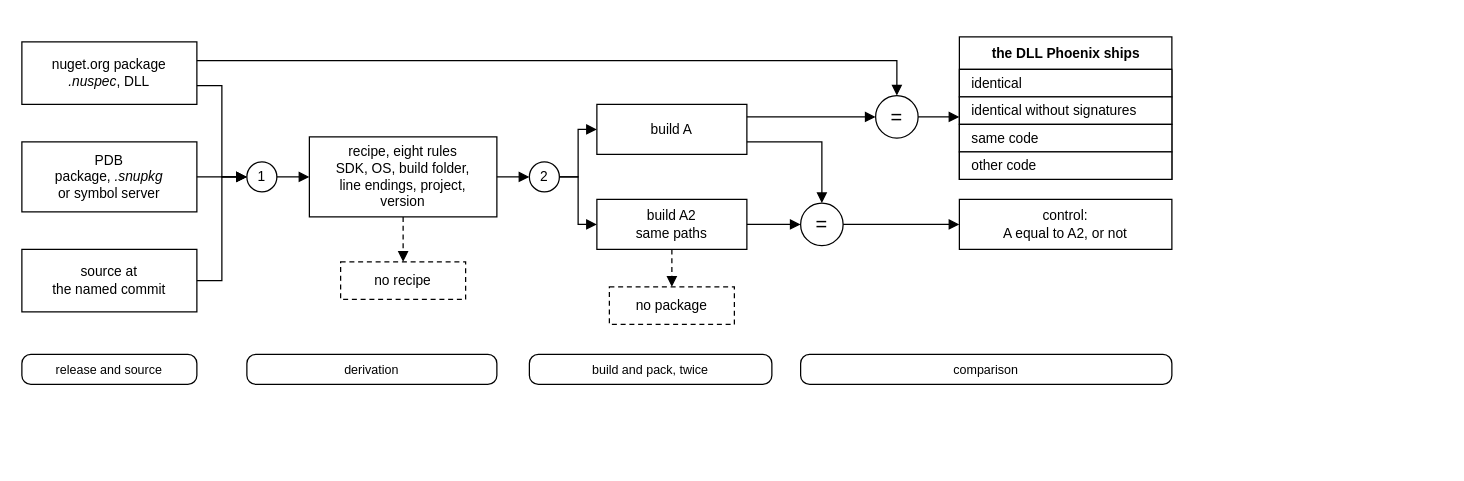
The draw.io diagram 2-dependencies/2b-rebuild/figures/pipeline-2b.drawio in leosakharoff/dotnet-rebuild-experiments, before the edit. Source tidied: cells renumbered, new cells numbered last; positions are measured from the earlier drawing's top-left corner, leaving out a move shared by most shapes. Both pictures are drawn from the tidied source at 125%, with x=0, y=0 at pixel (21, 36).
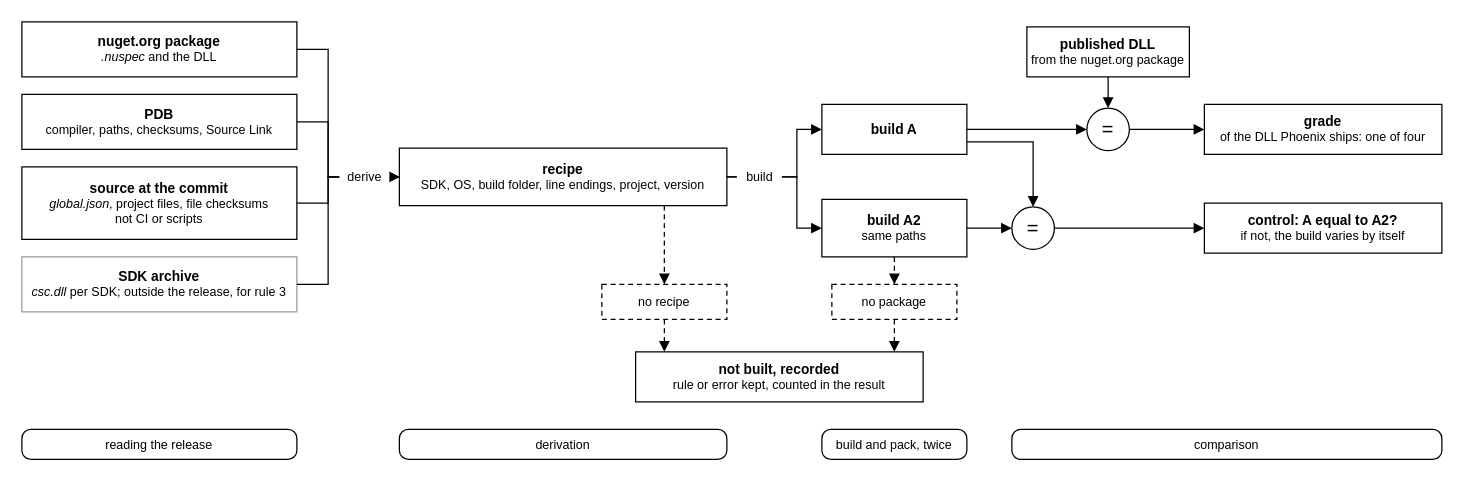
After the change.

What changed in the source:
```diff
@@
-    <mxCell id="2" value="nuget.org package&lt;br&gt;&lt;i&gt;.nuspec&lt;/i&gt;, DLL" style="rounded=0;whiteSpace=wrap;html=1;fillColor=#FFFFFF;strokeColor=#000000;strokeWidth=1;fontFamily=Helvetica;fontSize=11;fontColor=#000000;" parent="1" vertex="1">
-      <mxGeometry y="4" width="140" height="50" as="geometry" />
+    <mxCell id="2" value="&lt;b&gt;&lt;font style=&quot;font-size:11px&quot;&gt;nuget.org package&lt;/font&gt;&lt;/b&gt;&lt;br&gt;&lt;i&gt;.nuspec&lt;/i&gt; and the DLL" style="rounded=0;whiteSpace=wrap;html=1;fillColor=#FFFFFF;strokeColor=#000000;strokeWidth=1;fontSize=10;fontFamily=Helvetica;fontColor=#000000;" parent="1" vertex="1">
+      <mxGeometry y="-12" width="220" height="44" as="geometry" />
     </mxCell>
-    <mxCell id="3" value="PDB&lt;br&gt;package, &lt;i&gt;.snupkg&lt;/i&gt;&lt;br&gt;or symbol server" style="rounded=0;whiteSpace=wrap;html=1;fillColor=#FFFFFF;strokeColor=#000000;strokeWidth=1;fontFamily=Helvetica;fontSize=11;fontColor=#000000;" parent="1" vertex="1">
-      <mxGeometry y="84" width="140" height="56" as="geometry" />
+    <mxCell id="3" value="&lt;b&gt;&lt;font style=&quot;font-size:11px&quot;&gt;PDB&lt;/font&gt;&lt;/b&gt;&lt;br&gt;compiler, paths, checksums, Source Link" style="rounded=0;whiteSpace=wrap;html=1;fillColor=#FFFFFF;strokeColor=#000000;strokeWidth=1;fontSize=10;fontFamily=Helvetica;fontColor=#000000;" parent="1" vertex="1">
+      <mxGeometry y="46" width="220" height="44" as="geometry" />
     </mxCell>
-    <mxCell id="4" value="source at&lt;br&gt;the named commit" style="rounded=0;whiteSpace=wrap;html=1;fillColor=#FFFFFF;strokeColor=#000000;strokeWidth=1;fontFamily=Helvetica;fontSize=11;fontColor=#000000;" parent="1" vertex="1">
-      <mxGeometry y="170" width="140" height="50" as="geometry" />
+    <mxCell id="4" value="&lt;b&gt;&lt;font style=&quot;font-size:11px&quot;&gt;source at the commit&lt;/font&gt;&lt;/b&gt;&lt;br&gt;&lt;i&gt;global.json&lt;/i&gt;, project files, file checksums&lt;br&gt;not CI or scripts" style="rounded=0;whiteSpace=wrap;html=1;fillColor=#FFFFFF;strokeColor=#000000;strokeWidth=1;fontSize=10;fontFamily=Helvetica;fontColor=#000000;" parent="1" vertex="1">
+      <mxGeometry y="104" width="220" height="58" as="geometry" />
     </mxCell>
-    <mxCell id="5" value="1" style="ellipse;whiteSpace=wrap;html=1;fillColor=#FFFFFF;strokeColor=#000000;strokeWidth=1;fontFamily=Helvetica;fontSize=11;fontColor=#000000;" parent="1" vertex="1">
-      <mxGeometry x="180" y="100" width="24" height="24" as="geometry" />
-    </mxCell>
+    <mxCell id="39" value="&lt;b&gt;&lt;font style=&quot;font-size:11px&quot;&gt;SDK archive&lt;/font&gt;&lt;/b&gt;&lt;br&gt;&lt;i&gt;csc.dll&lt;/i&gt; per SDK; outside the release, for rule 3" style="rounded=0;whiteSpace=wrap;html=1;fillColor=#FFFFFF;strokeColor=#999999;strokeWidth=1;fontSize=10;fontFamily=Helvetica;fontColor=#000000;" parent="1" vertex="1">
+      <mxGeometry y="176" width="220" height="44" as="geometry" />
+    </mxCell>
-    <mxCell id="6" value="recipe, eight rules&lt;br&gt;SDK, OS, build folder,&lt;br&gt;line endings, project,&lt;br&gt;version" style="rounded=0;whiteSpace=wrap;html=1;fillColor=#FFFFFF;strokeColor=#000000;strokeWidth=1;fontFamily=Helvetica;fontSize=11;fontColor=#000000;" parent="1" vertex="1">
-      <mxGeometry x="230" y="80" width="150" height="64" as="geometry" />
+    <mxCell id="6" value="&lt;b&gt;&lt;font style=&quot;font-size:11px&quot;&gt;recipe&lt;/font&gt;&lt;/b&gt;&lt;br&gt;SDK, OS, build folder, line endings, project, version" style="rounded=0;whiteSpace=wrap;html=1;fillColor=#FFFFFF;strokeColor=#000000;strokeWidth=1;fontSize=10;fontFamily=Helvetica;fontColor=#000000;" parent="1" vertex="1">
+      <mxGeometry x="302" y="89" width="262" height="46" as="geometry" />
     </mxCell>
-    <mxCell id="7" value="no recipe" style="rounded=0;whiteSpace=wrap;html=1;fillColor=#FFFFFF;strokeColor=#000000;strokeWidth=1;dashed=1;dashPattern=4 3;fontFamily=Helvetica;fontSize=11;fontColor=#000000;" parent="1" vertex="1">
-      <mxGeometry x="255" y="180" width="100" height="30" as="geometry" />
+    <mxCell id="7" value="no recipe" style="rounded=0;whiteSpace=wrap;html=1;fillColor=#FFFFFF;strokeColor=#000000;strokeWidth=1;fontSize=10;fontFamily=Helvetica;fontColor=#000000;dashed=1;dashPattern=4 3;" parent="1" vertex="1">
+      <mxGeometry x="464" y="198" width="100" height="28" as="geometry" />
     </mxCell>
-    <mxCell id="8" value="2" style="ellipse;whiteSpace=wrap;html=1;fillColor=#FFFFFF;strokeColor=#000000;strokeWidth=1;fontFamily=Helvetica;fontSize=11;fontColor=#000000;" parent="1" vertex="1">
-      <mxGeometry x="406" y="100" width="24" height="24" as="geometry" />
-    </mxCell>
-    <mxCell id="9" value="build A" style="rounded=0;whiteSpace=wrap;html=1;fillColor=#FFFFFF;strokeColor=#000000;strokeWidth=1;fontFamily=Helvetica;fontSize=11;fontColor=#000000;" parent="1" vertex="1">
-      <mxGeometry x="460" y="54" width="120" height="40" as="geometry" />
+    <mxCell id="9" value="&lt;b&gt;&lt;font style=&quot;font-size:11px&quot;&gt;build A&lt;/font&gt;&lt;/b&gt;" style="rounded=0;whiteSpace=wrap;html=1;fillColor=#FFFFFF;strokeColor=#000000;strokeWidth=1;fontSize=10;fontFamily=Helvetica;fontColor=#000000;" parent="1" vertex="1">
+      <mxGeometry x="640" y="54" width="116" height="40" as="geometry" />
     </mxCell>
-    <mxCell id="10" value="build A2&lt;br&gt;same paths" style="rounded=0;whiteSpace=wrap;html=1;fillColor=#FFFFFF;strokeColor=#000000;strokeWidth=1;fontFamily=Helvetica;fontSize=11;fontColor=#000000;" parent="1" vertex="1">
-      <mxGeometry x="460" y="130" width="120" height="40" as="geometry" />
+    <mxCell id="10" value="&lt;b&gt;&lt;font style=&quot;font-size:11px&quot;&gt;build A2&lt;/font&gt;&lt;/b&gt;&lt;br&gt;same paths" style="rounded=0;whiteSpace=wrap;html=1;fillColor=#FFFFFF;strokeColor=#000000;strokeWidth=1;fontSize=10;fontFamily=Helvetica;fontColor=#000000;" parent="1" vertex="1">
+      <mxGeometry x="640" y="130" width="116" height="46" as="geometry" />
     </mxCell>
-    <mxCell id="11" value="no package" style="rounded=0;whiteSpace=wrap;html=1;fillColor=#FFFFFF;strokeColor=#000000;strokeWidth=1;dashed=1;dashPattern=4 3;fontFamily=Helvetica;fontSize=11;fontColor=#000000;" parent="1" vertex="1">
-      <mxGeometry x="470" y="200" width="100" height="30" as="geometry" />
+    <mxCell id="11" value="no package" style="rounded=0;whiteSpace=wrap;html=1;fillColor=#FFFFFF;strokeColor=#000000;strokeWidth=1;fontSize=10;fontFamily=Helvetica;fontColor=#000000;dashed=1;dashPattern=4 3;" parent="1" vertex="1">
+      <mxGeometry x="648" y="198" width="100" height="28" as="geometry" />
     </mxCell>
+    <mxCell id="40" value="&lt;b&gt;&lt;font style=&quot;font-size:11px&quot;&gt;not built, recorded&lt;/font&gt;&lt;/b&gt;&lt;br&gt;rule or error kept, counted in the result" style="rounded=0;whiteSpace=wrap;html=1;fillColor=#FFFFFF;strokeColor=#000000;strokeWidth=1;fontSize=10;fontFamily=Helvetica;fontColor=#000000;" parent="1" vertex="1">
+      <mxGeometry x="491" y="252" width="230" height="40" as="geometry" />
+    </mxCell>
+    <mxCell id="13" value="=" style="ellipse;whiteSpace=wrap;html=1;fillColor=#FFFFFF;strokeColor=#000000;strokeWidth=1;fontSize=16;fontFamily=Helvetica;fontColor=#000000;" parent="1" vertex="1">
+      <mxGeometry x="792" y="136" width="34" height="34" as="geometry" />
+    </mxCell>
-    <mxCell id="12" value="=" style="ellipse;whiteSpace=wrap;html=1;fillColor=#FFFFFF;strokeColor=#000000;strokeWidth=1;fontFamily=Helvetica;fontSize=16;fontColor=#000000;" parent="1" vertex="1">
-      <mxGeometry x="683" y="47" width="34" height="34" as="geometry" />
+    <mxCell id="12" value="=" style="ellipse;whiteSpace=wrap;html=1;fillColor=#FFFFFF;strokeColor=#000000;strokeWidth=1;fontSize=16;fontFamily=Helvetica;fontColor=#000000;" parent="1" vertex="1">
+      <mxGeometry x="852" y="57" width="34" height="34" as="geometry" />
     </mxCell>
-    <mxCell id="13" value="=" style="ellipse;whiteSpace=wrap;html=1;fillColor=#FFFFFF;strokeColor=#000000;strokeWidth=1;fontFamily=Helvetica;fontSize=16;fontColor=#000000;" parent="1" vertex="1">
-      <mxGeometry x="623" y="133" width="34" height="34" as="geometry" />
-    </mxCell>
+    <mxCell id="41" value="&lt;b&gt;&lt;font style=&quot;font-size:11px&quot;&gt;published DLL&lt;/font&gt;&lt;/b&gt;&lt;br&gt;from the nuget.org package" style="rounded=0;whiteSpace=wrap;html=1;fillColor=#FFFFFF;strokeColor=#000000;strokeWidth=1;fontSize=10;fontFamily=Helvetica;fontColor=#000000;" parent="1" vertex="1">
+      <mxGeometry x="804" y="-8" width="130" height="40" as="geometry" />
+    </mxCell>
-    <mxCell id="14" value="the DLL Phoenix ships" style="swimlane;horizontal=1;startSize=26;html=1;fillColor=#FFFFFF;swimlaneFillColor=#FFFFFF;strokeColor=#000000;strokeWidth=1;fontFamily=Helvetica;fontSize=11;fontStyle=1;fontColor=#000000;" parent="1" vertex="1">
-      <mxGeometry x="750" width="170" height="114" as="geometry" />
+    <mxCell id="14" value="&lt;b&gt;&lt;font style=&quot;font-size:11px&quot;&gt;grade&lt;/font&gt;&lt;/b&gt;&lt;br&gt;of the DLL Phoenix ships: one of four" style="rounded=0;whiteSpace=wrap;html=1;fillColor=#FFFFFF;strokeColor=#000000;strokeWidth=1;fontSize=10;fontFamily=Helvetica;fontColor=#000000;" parent="1" vertex="1">
+      <mxGeometry x="946" y="54" width="190" height="40" as="geometry" />
     </mxCell>
-    <mxCell id="15" value="identical" style="text;html=1;align=left;verticalAlign=middle;spacingLeft=8;fillColor=#FFFFFF;strokeColor=#000000;strokeWidth=1;fontFamily=Helvetica;fontSize=11;fontColor=#000000;" parent="14" vertex="1">
-      <mxGeometry y="26" width="170" height="22" as="geometry" />
-    </mxCell>
-    <mxCell id="16" value="identical without signatures" style="text;html=1;align=left;verticalAlign=middle;spacingLeft=8;fillColor=#FFFFFF;strokeColor=#000000;strokeWidth=1;fontFamily=Helvetica;fontSize=11;fontColor=#000000;" parent="14" vertex="1">
-      <mxGeometry y="48" width="170" height="22" as="geometry" />
-    </mxCell>
-    <mxCell id="17" value="same code" style="text;html=1;align=left;verticalAlign=middle;spacingLeft=8;fillColor=#FFFFFF;strokeColor=#000000;strokeWidth=1;fontFamily=Helvetica;fontSize=11;fontColor=#000000;" parent="14" vertex="1">
-      <mxGeometry y="70" width="170" height="22" as="geometry" />
-    </mxCell>
-    <mxCell id="18" value="other code" style="text;html=1;align=left;verticalAlign=middle;spacingLeft=8;fillColor=#FFFFFF;strokeColor=#000000;strokeWidth=1;fontFamily=Helvetica;fontSize=11;fontColor=#000000;" parent="14" vertex="1">
-      <mxGeometry y="92" width="170" height="22" as="geometry" />
-    </mxCell>
-    <mxCell id="19" value="control:&lt;br&gt;A equal to A2, or not" style="rounded=0;whiteSpace=wrap;html=1;fillColor=#FFFFFF;strokeColor=#000000;strokeWidth=1;fontFamily=Helvetica;fontSize=11;fontColor=#000000;" parent="1" vertex="1">
-      <mxGeometry x="750" y="130" width="170" height="40" as="geometry" />
+    <mxCell id="19" value="&lt;b&gt;&lt;font style=&quot;font-size:11px&quot;&gt;control: A equal to A2?&lt;/font&gt;&lt;/b&gt;&lt;br&gt;if not, the build varies by itself" style="rounded=0;whiteSpace=wrap;html=1;fillColor=#FFFFFF;strokeColor=#000000;strokeWidth=1;fontSize=10;fontFamily=Helvetica;fontColor=#000000;" parent="1" vertex="1">
+      <mxGeometry x="946" y="133" width="190" height="40" as="geometry" />
     </mxCell>
-    <mxCell id="20" style="edgeStyle=orthogonalEdgeStyle;rounded=0;html=1;endArrow=block;endSize=6;strokeColor=#000000;strokeWidth=1;exitX=1;exitY=0.7;entryX=0;entryY=0.5;" parent="1" edge="1" source="2" target="5">
+    <mxCell id="20" style="edgeStyle=orthogonalEdgeStyle;rounded=0;html=1;endArrow=block;endSize=6;strokeColor=#000000;strokeWidth=1;exitX=1;exitY=0.5;entryX=0;entryY=0.5;" parent="1" edge="1" source="2" target="6">
       <mxGeometry relative="1" as="geometry">
         <Array as="points">
-          <mxPoint x="160" y="39" />
-          <mxPoint x="160" y="112" />
+          <mxPoint x="245" y="10" />
+          <mxPoint x="245" y="112" />
         </Array>
       </mxGeometry>
     </mxCell>
-    <mxCell id="21" style="edgeStyle=orthogonalEdgeStyle;rounded=0;html=1;endArrow=block;endSize=6;strokeColor=#000000;strokeWidth=1;exitX=1;exitY=0.5;entryX=0;entryY=0.5;" parent="1" edge="1" source="3" target="5">
-      <mxGeometry relative="1" as="geometry" />
+    <mxCell id="21" style="edgeStyle=orthogonalEdgeStyle;rounded=0;html=1;endArrow=block;endSize=6;strokeColor=#000000;strokeWidth=1;exitX=1;exitY=0.5;entryX=0;entryY=0.5;" parent="1" edge="1" source="3" target="6">
+      <mxGeometry relative="1" as="geometry">
+        <Array as="points">
+          <mxPoint x="245" y="68" />
+          <mxPoint x="245" y="112" />
+        </Array>
+      </mxGeometry>
     </mxCell>
-    <mxCell id="22" style="edgeStyle=orthogonalEdgeStyle;rounded=0;html=1;endArrow=block;endSize=6;strokeColor=#000000;strokeWidth=1;exitX=1;exitY=0.5;entryX=0;entryY=0.5;" parent="1" edge="1" source="4" target="5">
+    <mxCell id="22" style="edgeStyle=orthogonalEdgeStyle;rounded=0;html=1;endArrow=block;endSize=6;strokeColor=#000000;strokeWidth=1;exitX=1;exitY=0.5;entryX=0;entryY=0.5;" parent="1" edge="1" source="4" target="6">
       <mxGeometry relative="1" as="geometry">
         <Array as="points">
-          <mxPoint x="160" y="195" />
-          <mxPoint x="160" y="112" />
+          <mxPoint x="245" y="133" />
+          <mxPoint x="245" y="112" />
         </Array>
       </mxGeometry>
     </mxCell>
-    <mxCell id="23" style="edgeStyle=orthogonalEdgeStyle;rounded=0;html=1;endArrow=block;endSize=6;strokeColor=#000000;strokeWidth=1;" parent="1" edge="1" source="5" target="6">
-      <mxGeometry relative="1" as="geometry" />
-    </mxCell>
+    <mxCell id="42" style="edgeStyle=orthogonalEdgeStyle;rounded=0;html=1;endArrow=block;endSize=6;strokeColor=#000000;strokeWidth=1;exitX=1;exitY=0.5;entryX=0;entryY=0.5;" parent="1" edge="1" source="39" target="6">
+      <mxGeometry relative="1" as="geometry">
+        <Array as="points">
+          <mxPoint x="245" y="198" />
+          <mxPoint x="245" y="112" />
+        </Array>
+      </mxGeometry>
+    </mxCell>
+    <mxCell id="43" value="derive" style="text;html=1;align=center;verticalAlign=middle;fillColor=#FFFFFF;fontSize=10;fontFamily=Helvetica;fontColor=#000000;" parent="1" vertex="1">
+      <mxGeometry x="254" y="104" width="40" height="16" as="geometry" />
+    </mxCell>
-    <mxCell id="24" style="edgeStyle=orthogonalEdgeStyle;rounded=0;html=1;endArrow=block;endSize=6;strokeColor=#000000;strokeWidth=1;dashed=1;dashPattern=4 3;" parent="1" edge="1" source="6" target="7">
+    <mxCell id="24" style="edgeStyle=orthogonalEdgeStyle;rounded=0;html=1;endArrow=block;endSize=6;strokeColor=#000000;strokeWidth=1;dashed=1;dashPattern=4 3;exitX=0.809;exitY=1;entryX=0.5;entryY=0;" parent="1" edge="1" source="6" target="7">
       <mxGeometry relative="1" as="geometry" />
     </mxCell>
-    <mxCell id="25" style="edgeStyle=orthogonalEdgeStyle;rounded=0;html=1;endArrow=block;endSize=6;strokeColor=#000000;strokeWidth=1;" parent="1" edge="1" source="6" target="8">
-      <mxGeometry relative="1" as="geometry" />
-    </mxCell>
-    <mxCell id="26" style="edgeStyle=orthogonalEdgeStyle;rounded=0;html=1;endArrow=block;endSize=6;strokeColor=#000000;strokeWidth=1;exitX=1;exitY=0.5;entryX=0;entryY=0.5;" parent="1" edge="1" source="8" target="9">
+    <mxCell id="26" style="edgeStyle=orthogonalEdgeStyle;rounded=0;html=1;endArrow=block;endSize=6;strokeColor=#000000;strokeWidth=1;exitX=1;exitY=0.5;entryX=0;entryY=0.5;" parent="1" edge="1" source="6" target="9">
       <mxGeometry relative="1" as="geometry">
         <Array as="points">
-          <mxPoint x="445" y="112" />
-          <mxPoint x="445" y="74" />
+          <mxPoint x="620" y="112" />
+          <mxPoint x="620" y="74" />
         </Array>
       </mxGeometry>
     </mxCell>
-    <mxCell id="27" style="edgeStyle=orthogonalEdgeStyle;rounded=0;html=1;endArrow=block;endSize=6;strokeColor=#000000;strokeWidth=1;exitX=1;exitY=0.5;entryX=0;entryY=0.5;" parent="1" edge="1" source="8" target="10">
+    <mxCell id="27" style="edgeStyle=orthogonalEdgeStyle;rounded=0;html=1;endArrow=block;endSize=6;strokeColor=#000000;strokeWidth=1;exitX=1;exitY=0.5;entryX=0;entryY=0.5;" parent="1" edge="1" source="6" target="10">
       <mxGeometry relative="1" as="geometry">
         <Array as="points">
-          <mxPoint x="445" y="112" />
-          <mxPoint x="445" y="150" />
+          <mxPoint x="620" y="112" />
+          <mxPoint x="620" y="153" />
         </Array>
       </mxGeometry>
     </mxCell>
+    <mxCell id="44" value="build" style="text;html=1;align=center;verticalAlign=middle;fillColor=#FFFFFF;fontSize=10;fontFamily=Helvetica;fontColor=#000000;" parent="1" vertex="1">
+      <mxGeometry x="572" y="104" width="36" height="16" as="geometry" />
+    </mxCell>
-    <mxCell id="28" style="edgeStyle=orthogonalEdgeStyle;rounded=0;html=1;endArrow=block;endSize=6;strokeColor=#000000;strokeWidth=1;dashed=1;dashPattern=4 3;" parent="1" edge="1" source="10" target="11">
+    <mxCell id="28" style="edgeStyle=orthogonalEdgeStyle;rounded=0;html=1;endArrow=block;endSize=6;strokeColor=#000000;strokeWidth=1;dashed=1;dashPattern=4 3;exitX=0.5;exitY=1;entryX=0.5;entryY=0;" parent="1" edge="1" source="10" target="11">
       <mxGeometry relative="1" as="geometry" />
     </mxCell>
+    <mxCell id="45" style="edgeStyle=orthogonalEdgeStyle;rounded=0;html=1;endArrow=block;endSize=6;strokeColor=#000000;strokeWidth=1;dashed=1;dashPattern=4 3;exitX=0.5;exitY=1;entryX=0.1;entryY=0;" parent="1" edge="1" source="7" target="40">
+      <mxGeometry relative="1" as="geometry" />
+    </mxCell>
+    <mxCell id="46" style="edgeStyle=orthogonalEdgeStyle;rounded=0;html=1;endArrow=block;endSize=6;strokeColor=#000000;strokeWidth=1;dashed=1;dashPattern=4 3;exitX=0.5;exitY=1;entryX=0.9;entryY=0;" parent="1" edge="1" source="11" target="40">
+      <mxGeometry relative="1" as="geometry" />
+    </mxCell>
+    <mxCell id="30" style="edgeStyle=orthogonalEdgeStyle;rounded=0;html=1;endArrow=block;endSize=6;strokeColor=#000000;strokeWidth=1;exitX=1;exitY=0.5;entryX=0;entryY=0.5;" parent="1" edge="1" source="9" target="12">
+      <mxGeometry relative="1" as="geometry" />
+    </mxCell>
-    <mxCell id="29" style="edgeStyle=orthogonalEdgeStyle;rounded=0;html=1;endArrow=block;endSize=6;strokeColor=#000000;strokeWidth=1;exitX=1;exitY=0.3;entryX=0.5;entryY=0;" parent="1" edge="1" source="2" target="12">
-      <mxGeometry relative="1" as="geometry">
-        <Array as="points">
-          <mxPoint x="700" y="19" />
-        </Array>
-      </mxGeometry>
+    <mxCell id="29" style="edgeStyle=orthogonalEdgeStyle;rounded=0;html=1;endArrow=block;endSize=6;strokeColor=#000000;strokeWidth=1;exitX=0.5;exitY=1;entryX=0.5;entryY=0;" parent="1" edge="1" source="41" target="12">
+      <mxGeometry relative="1" as="geometry" />
     </mxCell>
-    <mxCell id="30" style="edgeStyle=orthogonalEdgeStyle;rounded=0;html=1;endArrow=block;endSize=6;strokeColor=#000000;strokeWidth=1;exitX=1;exitY=0.25;entryX=0;entryY=0.5;" parent="1" edge="1" source="9" target="12">
-      <mxGeometry relative="1" as="geometry">
-        <Array as="points">
-          <mxPoint x="620" y="64" />
-        </Array>
-      </mxGeometry>
-    </mxCell>
+    <mxCell id="33" style="edgeStyle=orthogonalEdgeStyle;rounded=0;html=1;endArrow=block;endSize=6;strokeColor=#000000;strokeWidth=1;exitX=1;exitY=0.5;entryX=0;entryY=0.5;" parent="1" edge="1" source="12" target="14">
+      <mxGeometry relative="1" as="geometry" />
+    </mxCell>
     <mxCell id="31" style="edgeStyle=orthogonalEdgeStyle;rounded=0;html=1;endArrow=block;endSize=6;strokeColor=#000000;strokeWidth=1;exitX=1;exitY=0.75;entryX=0.5;entryY=0;" parent="1" edge="1" source="9" target="13">
       <mxGeometry relative="1" as="geometry">
         <Array as="points">
-          <mxPoint x="640" y="84" />
+          <mxPoint x="809" y="84" />
         </Array>
       </mxGeometry>
     </mxCell>
@@
-    <mxCell id="33" style="edgeStyle=orthogonalEdgeStyle;rounded=0;html=1;endArrow=block;endSize=6;strokeColor=#000000;strokeWidth=1;exitX=1;exitY=0.5;entryX=0;entryY=0.5614;" parent="1" edge="1" source="12" target="14">
-      <mxGeometry relative="1" as="geometry" />
-    </mxCell>
-    <mxCell id="34" style="edgeStyle=orthogonalEdgeStyle;rounded=0;html=1;endArrow=block;endSize=6;strokeColor=#000000;strokeWidth=1;" parent="1" edge="1" source="13" target="19">
+    <mxCell id="34" style="edgeStyle=orthogonalEdgeStyle;rounded=0;html=1;endArrow=block;endSize=6;strokeColor=#000000;strokeWidth=1;exitX=1;exitY=0.5;entryX=0;entryY=0.5;" parent="1" edge="1" source="13" target="19">
       <mxGeometry relative="1" as="geometry" />
     </mxCell>
-    <mxCell id="35" value="release and source" style="rounded=1;whiteSpace=wrap;html=1;arcSize=30;fillColor=#FFFFFF;strokeColor=#000000;strokeWidth=1;fontFamily=Helvetica;fontSize=10;fontColor=#000000;" parent="1" vertex="1">
-      <mxGeometry y="254" width="140" height="24" as="geometry" />
+    <mxCell id="35" value="reading the release" style="rounded=1;whiteSpace=wrap;html=1;arcSize=30;fillColor=#FFFFFF;strokeColor=#000000;strokeWidth=1;fontSize=10;fontFamily=Helvetica;fontColor=#000000;" parent="1" vertex="1">
+      <mxGeometry y="314" width="220" height="24" as="geometry" />
     </mxCell>
-    <mxCell id="36" value="derivation" style="rounded=1;whiteSpace=wrap;html=1;arcSize=30;fillColor=#FFFFFF;strokeColor=#000000;strokeWidth=1;fontFamily=Helvetica;fontSize=10;fontColor=#000000;" parent="1" vertex="1">
-      <mxGeometry x="180" y="254" width="200" height="24" as="geometry" />
+    <mxCell id="36" value="derivation" style="rounded=1;whiteSpace=wrap;html=1;arcSize=30;fillColor=#FFFFFF;strokeColor=#000000;strokeWidth=1;fontSize=10;fontFamily=Helvetica;fontColor=#000000;" parent="1" vertex="1">
+      <mxGeometry x="302" y="314" width="262" height="24" as="geometry" />
     </mxCell>
-    <mxCell id="37" value="build and pack, twice" style="rounded=1;whiteSpace=wrap;html=1;arcSize=30;fillColor=#FFFFFF;strokeColor=#000000;strokeWidth=1;fontFamily=Helvetica;fontSize=10;fontColor=#000000;" parent="1" vertex="1">
-      <mxGeometry x="406" y="254" width="194" height="24" as="geometry" />
+    <mxCell id="37" value="build and pack, twice" style="rounded=1;whiteSpace=wrap;html=1;arcSize=30;fillColor=#FFFFFF;strokeColor=#000000;strokeWidth=1;fontSize=10;fontFamily=Helvetica;fontColor=#000000;" parent="1" vertex="1">
+      <mxGeometry x="640" y="314" width="116" height="24" as="geometry" />
     </mxCell>
-    <mxCell id="38" value="comparison" style="rounded=1;whiteSpace=wrap;html=1;arcSize=30;fillColor=#FFFFFF;strokeColor=#000000;strokeWidth=1;fontFamily=Helvetica;fontSize=10;fontColor=#000000;" parent="1" vertex="1">
-      <mxGeometry x="623" y="254" width="297" height="24" as="geometry" />
+    <mxCell id="38" value="comparison" style="rounded=1;whiteSpace=wrap;html=1;arcSize=30;fillColor=#FFFFFF;strokeColor=#000000;strokeWidth=1;fontSize=10;fontFamily=Helvetica;fontColor=#000000;" parent="1" vertex="1">
+      <mxGeometry x="792" y="314" width="344" height="24" as="geometry" />
     </mxCell>
```
